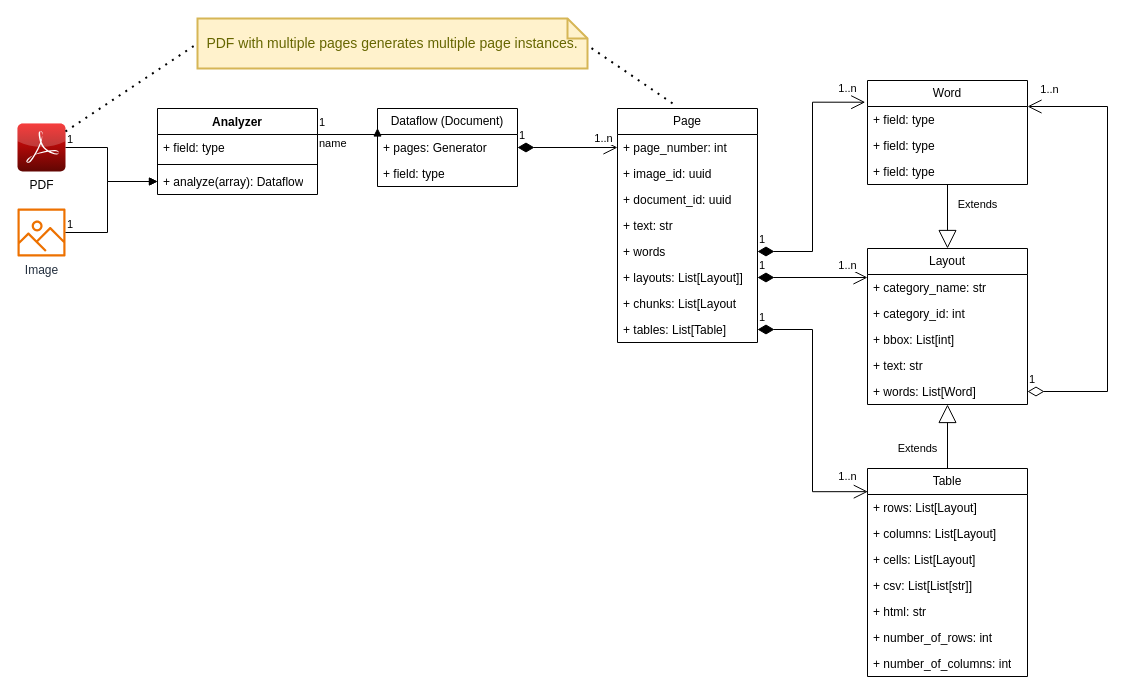
This is deepdoctection/document/diagram/deepdoctection_basics.drawio from oonisim/python-programs, a draw.io file, before an edit. Source tidied: cells renumbered, new cells numbered last; positions are measured from the earlier drawing's top-left corner, leaving out a move shared by most shapes. Both pictures are drawn from the tidied source at 100%, with x=0, y=0 at pixel (17, 18).
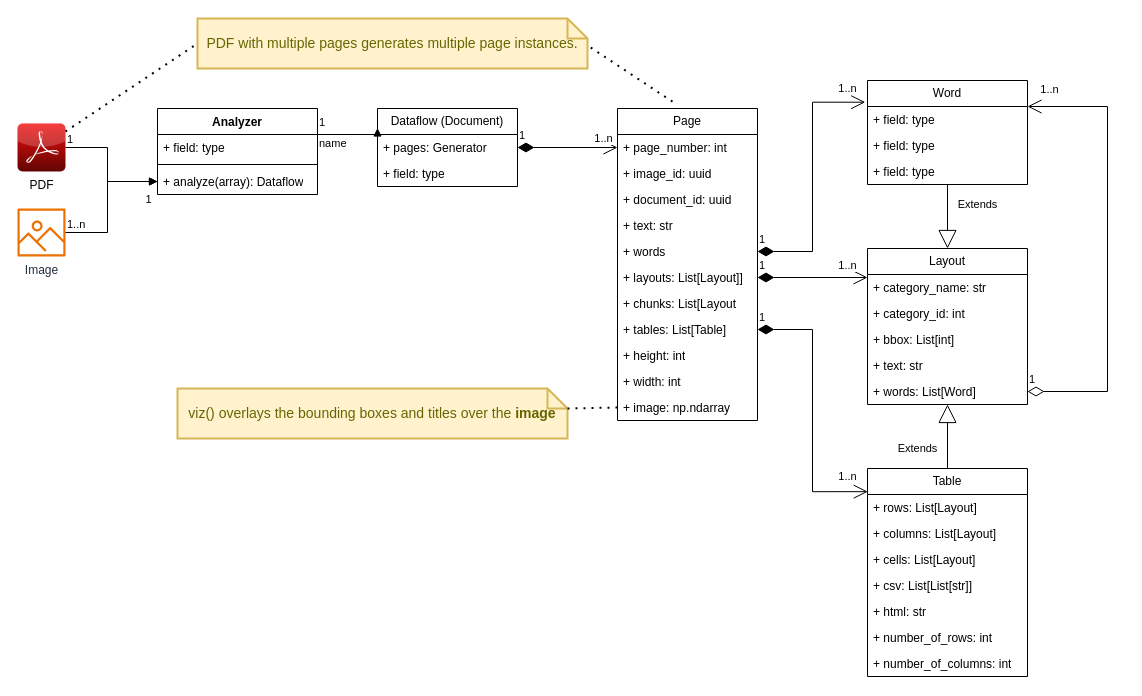
The same page after the edit.

Commit message (it also covers changes not shown here):
Added how to use Transformer embeddings in Spacy

The change refers to these unchanged cells:
```xml
<mxCell id="52" style="endArrow=block;endFill=1;html=1;edgeStyle=orthogonalEdgeStyle;align=left;verticalAlign=top;rounded=0;" parent="1" edge="1" source="3" target="44">
  <mxGeometry x="-1" relative="1" as="geometry">
    <Array as="points">
      <mxPoint x="90" y="214" />
      <mxPoint x="90" y="163" />
    </Array>
  </mxGeometry>
</mxCell>
```

The edit, as a diff of the source:
```diff
@@
     <mxCell id="4" value="Page" style="swimlane;fontStyle=0;horizontal=1;startSize=26;fillColor=none;whiteSpace=wrap;html=1;" parent="1" vertex="1">
-      <mxGeometry x="600" y="90" width="140" height="234" as="geometry" />
+      <mxGeometry x="600" y="90" width="140" height="312" as="geometry" />
     </mxCell>
@@
+    <mxCell id="59" value="+ height: int" style="text;strokeColor=none;fillColor=none;align=left;verticalAlign=top;spacingLeft=4;spacingRight=4;overflow=hidden;whiteSpace=wrap;html=1;" parent="4" vertex="1">
+      <mxGeometry y="234" width="140" height="26" as="geometry" />
+    </mxCell>
+    <mxCell id="60" value="+ width: int" style="text;strokeColor=none;fillColor=none;align=left;verticalAlign=top;spacingLeft=4;spacingRight=4;overflow=hidden;whiteSpace=wrap;html=1;" parent="4" vertex="1">
+      <mxGeometry y="260" width="140" height="26" as="geometry" />
+    </mxCell>
+    <mxCell id="61" value="+ image: np.ndarray" style="text;strokeColor=none;fillColor=none;align=left;verticalAlign=top;spacingLeft=4;spacingRight=4;overflow=hidden;points=[[0,0.5],[1,0.5]];portConstraint=eastwest;whiteSpace=wrap;html=1;" parent="4" vertex="1">
+      <mxGeometry y="286" width="140" height="26" as="geometry" />
+    </mxCell>
@@
-    <mxCell id="53" value="1" style="edgeLabel;html=1;align=left;verticalAlign=bottom;" parent="52" vertex="1">
+    <mxCell id="53" value="1..n" style="edgeLabel;html=1;align=left;verticalAlign=bottom;" parent="52" vertex="1">
       <mxGeometry x="-1" relative="1" as="geometry" />
     </mxCell>
+    <mxCell id="62" value="1" style="edgeLabel;html=1;align=center;verticalAlign=middle;" parent="52" vertex="1">
+      <mxGeometry x="0.69" y="-3" relative="1" as="geometry">
+        <mxPoint x="12" y="14" as="offset" />
+      </mxGeometry>
+    </mxCell>
@@
+    <mxCell id="63" value="viz() overlays the bounding boxes and titles over the &lt;b&gt;image&lt;/b&gt;" style="shape=note;strokeWidth=2;fontSize=14;size=20;whiteSpace=wrap;html=1;fillColor=#fff2cc;strokeColor=#d6b656;fontColor=#666600;" parent="1" vertex="1">
+      <mxGeometry x="160" y="370" width="390" height="50" as="geometry" />
+    </mxCell>
+    <mxCell id="64" style="endArrow=none;dashed=1;html=1;dashPattern=1 3;strokeWidth=2;rounded=0;entryX=0;entryY=0;entryDx=390;entryDy=20;entryPerimeter=0;exitX=0;exitY=0.5;exitDx=0;exitDy=0;" parent="1" edge="1" source="61" target="63">
+      <mxGeometry relative="1" as="geometry" />
+    </mxCell>
```
